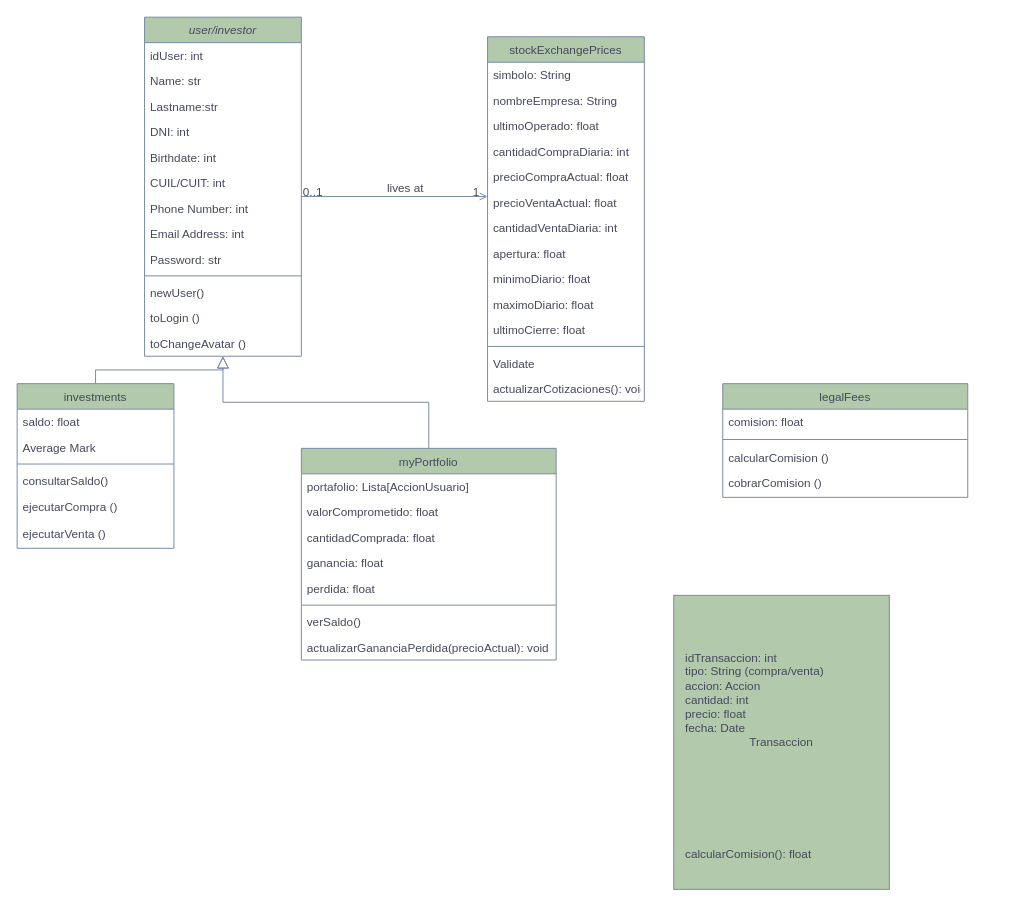
The draw.io diagram Documentación/Diagrama de clases.drawio in INNOVAcodersISPC/ARGBroker, before the edit. Source tidied: cells renumbered, new cells numbered last; positions are measured from the earlier drawing's top-left corner, leaving out a move shared by most shapes. Both pictures are drawn from the tidied source at 98%, with x=0, y=0 at pixel (17, 17).
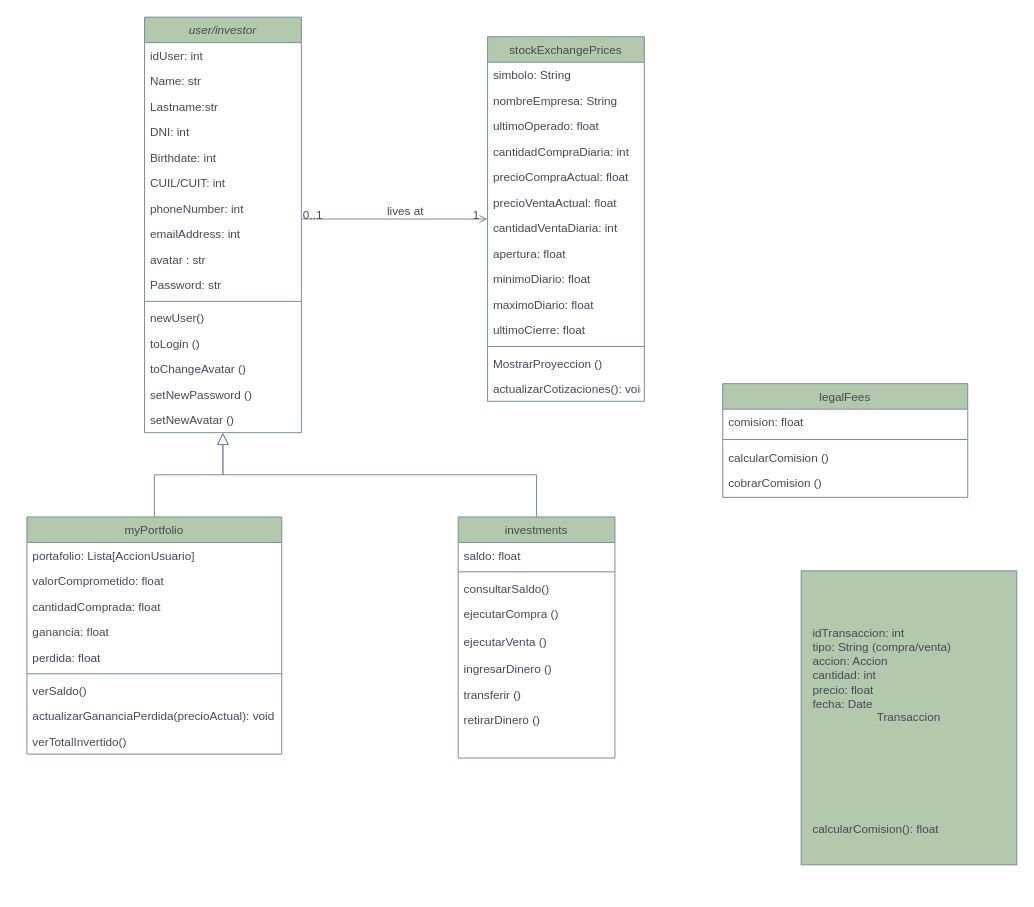
After the change.

Unchanged cells that the change refers to:
```xml
<mxCell id="34" value="stockExchangePrices" style="swimlane;fontStyle=0;align=center;verticalAlign=top;horizontal=1;startSize=26;rounded=0;shadow=0;strokeWidth=1;labelBackgroundColor=none;fillColor=#B2C9AB;strokeColor=#788AA3;fontColor=#46495D;" parent="1" vertex="1">
  <mxGeometry x="480" y="20" width="160" height="372" as="geometry" />
</mxCell>
```

Diff of the diagram source:
```diff
@@
     <mxCell id="2" value="user/investor" style="swimlane;fontStyle=2;align=center;verticalAlign=top;horizontal=1;startSize=26;rounded=0;shadow=0;strokeWidth=1;fillColor=#B2C9AB;strokeColor=#788AA3;labelBackgroundColor=none;fontColor=#46495D;" parent="1" vertex="1">
-      <mxGeometry x="130" width="160" height="346" as="geometry" />
+      <mxGeometry x="130" width="160" height="424" as="geometry" />
     </mxCell>
@@
-    <mxCell id="9" value="Phone Number: int" style="text;align=left;verticalAlign=top;spacingLeft=4;spacingRight=4;overflow=hidden;rounded=0;shadow=0;html=0;labelBackgroundColor=none;fontColor=#46495D;" parent="2" vertex="1">
+    <mxCell id="9" value="phoneNumber: int" style="text;align=left;verticalAlign=top;spacingLeft=4;spacingRight=4;overflow=hidden;rounded=0;shadow=0;html=0;labelBackgroundColor=none;fontColor=#46495D;" parent="2" vertex="1">
       <mxGeometry y="182" width="160" height="26" as="geometry" />
     </mxCell>
-    <mxCell id="10" value="Email Address: int" style="text;align=left;verticalAlign=top;spacingLeft=4;spacingRight=4;overflow=hidden;rounded=0;shadow=0;html=0;labelBackgroundColor=none;fontColor=#46495D;" parent="2" vertex="1">
+    <mxCell id="10" value="emailAddress: int" style="text;align=left;verticalAlign=top;spacingLeft=4;spacingRight=4;overflow=hidden;rounded=0;shadow=0;html=0;labelBackgroundColor=none;fontColor=#46495D;" parent="2" vertex="1">
       <mxGeometry y="208" width="160" height="26" as="geometry" />
     </mxCell>
+    <mxCell id="61" value="avatar : str" style="text;align=left;verticalAlign=top;spacingLeft=4;spacingRight=4;overflow=hidden;rounded=0;shadow=0;html=0;labelBackgroundColor=none;fontColor=#46495D;" parent="2" vertex="1">
+      <mxGeometry y="234" width="160" height="26" as="geometry" />
+    </mxCell>
     <mxCell id="11" value="Password: str" style="text;align=left;verticalAlign=top;spacingLeft=4;spacingRight=4;overflow=hidden;rounded=0;shadow=0;html=0;labelBackgroundColor=none;fontColor=#46495D;" parent="2" vertex="1">
-      <mxGeometry y="234" width="160" height="26" as="geometry" />
+      <mxGeometry y="260" width="160" height="26" as="geometry" />
     </mxCell>
     <mxCell id="12" style="line;html=1;strokeWidth=1;align=left;verticalAlign=middle;spacingTop=-1;spacingLeft=3;spacingRight=3;labelPosition=right;labelBackgroundColor=none;fillColor=#B2C9AB;strokeColor=#788AA3;fontColor=#46495D;" parent="2" vertex="1">
-      <mxGeometry y="260" width="160" height="8" as="geometry" />
+      <mxGeometry y="286" width="160" height="8" as="geometry" />
     </mxCell>
     <mxCell id="13" value="newUser()" style="text;align=left;verticalAlign=top;spacingLeft=4;spacingRight=4;overflow=hidden;labelBackgroundColor=none;fontColor=#46495D;" parent="2" vertex="1">
-      <mxGeometry y="268" width="160" height="26" as="geometry" />
+      <mxGeometry y="294" width="160" height="26" as="geometry" />
     </mxCell>
     <mxCell id="14" value="toLogin ()" style="text;align=left;verticalAlign=top;spacingLeft=4;spacingRight=4;overflow=hidden;labelBackgroundColor=none;fontColor=#46495D;" parent="2" vertex="1">
-      <mxGeometry y="294" width="160" height="26" as="geometry" />
+      <mxGeometry y="320" width="160" height="26" as="geometry" />
     </mxCell>
     <mxCell id="15" value="toChangeAvatar ()" style="text;align=left;verticalAlign=top;spacingLeft=4;spacingRight=4;overflow=hidden;labelBackgroundColor=none;fontColor=#46495D;" parent="2" vertex="1">
-      <mxGeometry y="320" width="160" height="26" as="geometry" />
+      <mxGeometry y="346" width="160" height="26" as="geometry" />
     </mxCell>
+    <mxCell id="62" value="setNewPassword ()" style="text;align=left;verticalAlign=top;spacingLeft=4;spacingRight=4;overflow=hidden;labelBackgroundColor=none;fontColor=#46495D;" parent="2" vertex="1">
+      <mxGeometry y="372" width="160" height="26" as="geometry" />
+    </mxCell>
+    <mxCell id="63" value="setNewAvatar ()" style="text;align=left;verticalAlign=top;spacingLeft=4;spacingRight=4;overflow=hidden;labelBackgroundColor=none;fontColor=#46495D;" parent="2" vertex="1">
+      <mxGeometry y="398" width="160" height="26" as="geometry" />
+    </mxCell>
     <mxCell id="16" value="investments" style="swimlane;fontStyle=0;align=center;verticalAlign=top;horizontal=1;startSize=26;rounded=0;shadow=0;strokeWidth=1;labelBackgroundColor=none;fillColor=#B2C9AB;strokeColor=#788AA3;fontColor=#46495D;" parent="1" vertex="1">
-      <mxGeometry y="374" width="160" height="168" as="geometry" />
+      <mxGeometry x="450" y="510" width="160" height="246" as="geometry" />
     </mxCell>
@@
-    <mxCell id="18" value="Average Mark" style="text;align=left;verticalAlign=top;spacingLeft=4;spacingRight=4;overflow=hidden;rounded=0;shadow=0;html=0;labelBackgroundColor=none;fontColor=#46495D;" parent="16" vertex="1">
-      <mxGeometry y="52" width="160" height="26" as="geometry" />
-    </mxCell>
     <mxCell id="19" style="line;html=1;strokeWidth=1;align=left;verticalAlign=middle;spacingTop=-1;spacingLeft=3;spacingRight=3;labelPosition=right;labelBackgroundColor=none;fillColor=#B2C9AB;strokeColor=#788AA3;fontColor=#46495D;" parent="16" vertex="1">
-      <mxGeometry y="78" width="160" height="8" as="geometry" />
+      <mxGeometry y="52" width="160" height="8" as="geometry" />
     </mxCell>
     <mxCell id="20" value="consultarSaldo()" style="text;align=left;verticalAlign=top;spacingLeft=4;spacingRight=4;overflow=hidden;fontStyle=0;labelBackgroundColor=none;fontColor=#46495D;" parent="16" vertex="1">
-      <mxGeometry y="86" width="160" height="26" as="geometry" />
+      <mxGeometry y="60" width="160" height="26" as="geometry" />
     </mxCell>
     <mxCell id="21" value="ejecutarCompra ()" style="text;align=left;verticalAlign=top;spacingLeft=4;spacingRight=4;overflow=hidden;labelBackgroundColor=none;fontColor=#46495D;" parent="16" vertex="1">
-      <mxGeometry y="112" width="160" height="28" as="geometry" />
+      <mxGeometry y="86" width="160" height="28" as="geometry" />
     </mxCell>
     <mxCell id="22" value="ejecutarVenta ()" style="text;align=left;verticalAlign=top;spacingLeft=4;spacingRight=4;overflow=hidden;labelBackgroundColor=none;fontColor=#46495D;" parent="16" vertex="1">
-      <mxGeometry y="140" width="160" height="28" as="geometry" />
+      <mxGeometry y="114" width="160" height="28" as="geometry" />
     </mxCell>
+    <mxCell id="64" value="ingresarDinero ()" style="text;align=left;verticalAlign=top;spacingLeft=4;spacingRight=4;overflow=hidden;rounded=0;shadow=0;html=0;labelBackgroundColor=none;fontColor=#46495D;" parent="16" vertex="1">
+      <mxGeometry y="142" width="160" height="26" as="geometry" />
+    </mxCell>
+    <mxCell id="65" value="transferir ()" style="text;align=left;verticalAlign=top;spacingLeft=4;spacingRight=4;overflow=hidden;rounded=0;shadow=0;html=0;labelBackgroundColor=none;fontColor=#46495D;" parent="16" vertex="1">
+      <mxGeometry y="168" width="160" height="26" as="geometry" />
+    </mxCell>
+    <mxCell id="66" value="retirarDinero ()" style="text;align=left;verticalAlign=top;spacingLeft=4;spacingRight=4;overflow=hidden;rounded=0;shadow=0;html=0;labelBackgroundColor=none;fontColor=#46495D;" parent="16" vertex="1">
+      <mxGeometry y="194" width="160" height="26" as="geometry" />
+    </mxCell>
@@
     <mxCell id="24" value="myPortfolio" style="swimlane;fontStyle=0;align=center;verticalAlign=top;horizontal=1;startSize=26;rounded=0;shadow=0;strokeWidth=1;labelBackgroundColor=none;fillColor=#B2C9AB;strokeColor=#788AA3;fontColor=#46495D;" parent="1" vertex="1">
-      <mxGeometry x="290" y="440" width="260" height="216" as="geometry" />
+      <mxGeometry x="10" y="510" width="260" height="242" as="geometry" />
     </mxCell>
@@
+    <mxCell id="67" value="verTotalInvertido()" style="text;align=left;verticalAlign=top;spacingLeft=4;spacingRight=4;overflow=hidden;labelBackgroundColor=none;fontColor=#46495D;" parent="24" vertex="1">
+      <mxGeometry y="216" width="260" height="26" as="geometry" />
+    </mxCell>
@@
-    <mxCell id="47" value="Validate" style="text;align=left;verticalAlign=top;spacingLeft=4;spacingRight=4;overflow=hidden;labelBackgroundColor=none;fontColor=#46495D;" parent="34" vertex="1">
+    <mxCell id="47" value="MostrarProyeccion ()" style="text;align=left;verticalAlign=top;spacingLeft=4;spacingRight=4;overflow=hidden;labelBackgroundColor=none;fontColor=#46495D;" parent="34" vertex="1">
       <mxGeometry y="320" width="160" height="26" as="geometry" />
     </mxCell>
@@
     <mxCell id="53" value="Transaccion" style="rounded=0;whiteSpace=wrap;html=1;labelBackgroundColor=none;fillColor=#B2C9AB;strokeColor=#788AA3;fontColor=#46495D;" parent="1" vertex="1">
-      <mxGeometry x="670" y="590" width="220" height="300" as="geometry" />
+      <mxGeometry x="800" y="565" width="220" height="300" as="geometry" />
     </mxCell>
```
